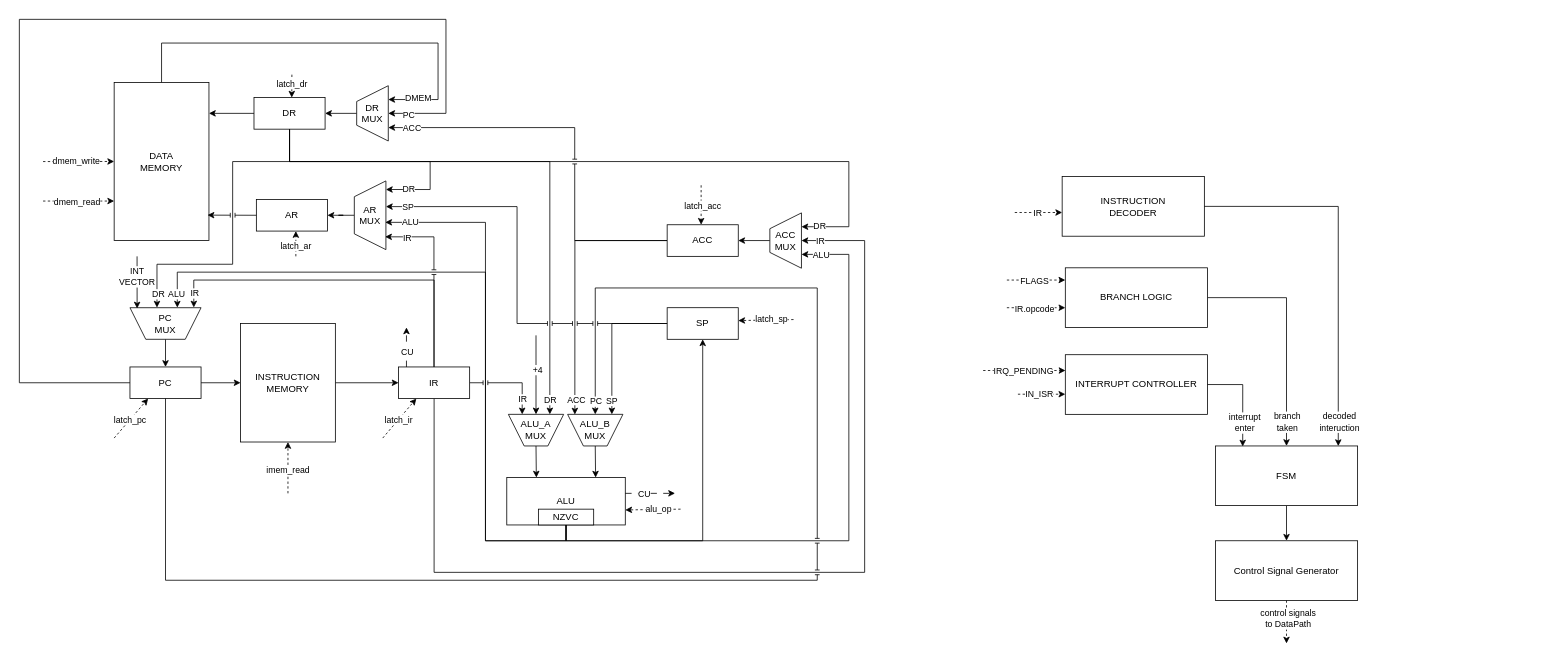
Before: page "Страница-5" (4 of 5) of DP.drawio in Tim4ik77/csa-lab4, a draw.io diagram. Source tidied: cells renumbered, new cells numbered last; positions are measured from the earlier drawing's top-left corner, leaving out a move shared by most shapes. Both pictures are drawn from the tidied source at 79%, with x=0, y=0 at pixel (19, 19).
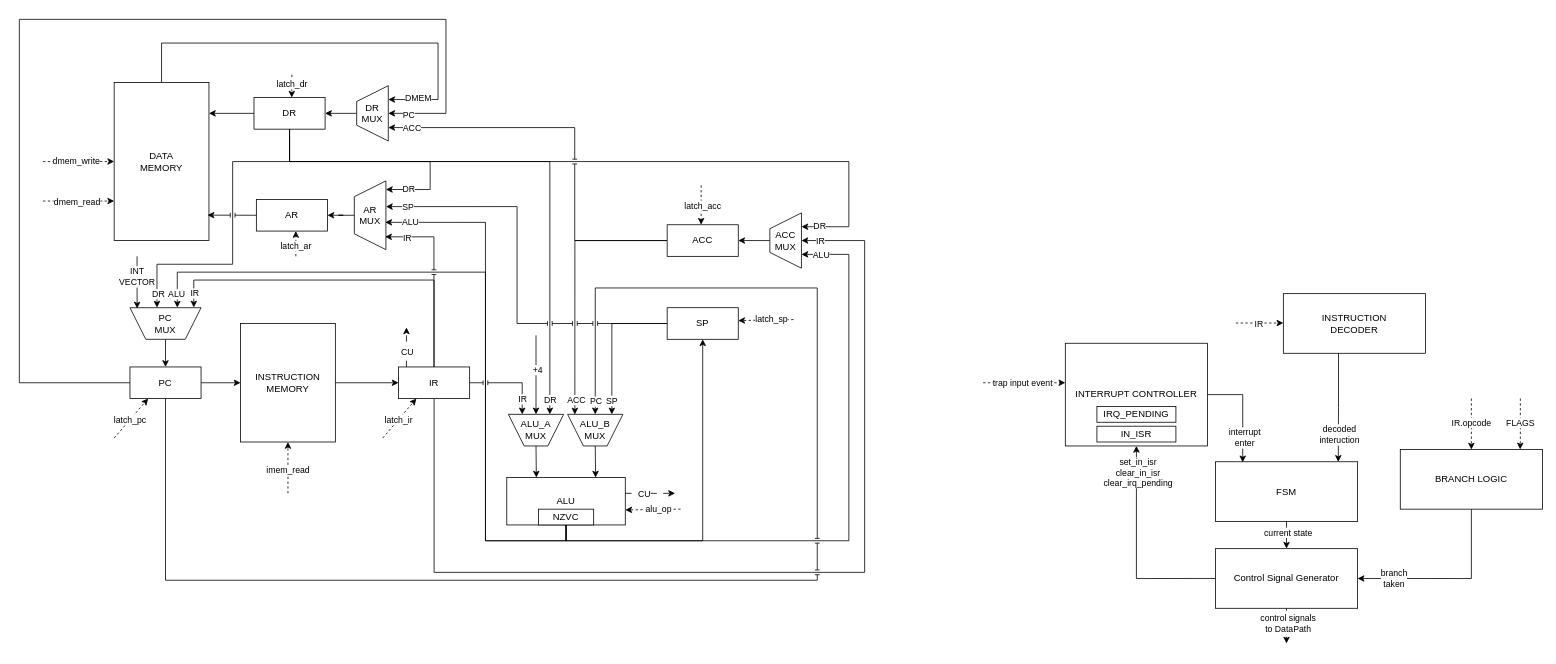
Above is the later version.

The change refers to these unchanged cells:
```xml
<mxCell id="106" style="edgeStyle=orthogonalEdgeStyle;rounded=0;jettySize=auto;html=1;exitX=0.5;exitY=1;exitDx=0;exitDy=0;entryX=0.5;entryY=0;entryDx=0;entryDy=0;" parent="1" edge="1" source="107" target="110">
  <mxGeometry relative="1" as="geometry" />
</mxCell>
```

What changed in the source:
```diff
@@
     <mxCell id="93" value="INSTRUCTION&lt;div&gt;DECODER&lt;/div&gt;" style="rounded=0;whiteSpace=wrap;html=1;" parent="1" vertex="1">
-      <mxGeometry x="1320" y="199" width="180" height="75.5" as="geometry" />
+      <mxGeometry x="1600" y="347.2" width="180" height="75.5" as="geometry" />
     </mxCell>
     <mxCell id="94" style="endArrow=classic;html=1;rounded=0;dashed=1;" parent="1" edge="1">
       <mxGeometry relative="1" as="geometry">
-        <mxPoint x="1260" y="244.5" as="sourcePoint" />
-        <mxPoint x="1320" y="244.5" as="targetPoint" />
+        <mxPoint x="1540" y="384.4" as="sourcePoint" />
+        <mxPoint x="1600" y="384.4" as="targetPoint" />
       </mxGeometry>
     </mxCell>
@@
-    <mxCell id="96" style="edgeStyle=orthogonalEdgeStyle;rounded=0;jettySize=auto;html=1;exitX=1;exitY=0.5;exitDx=0;exitDy=0;entryX=0.5;entryY=0;entryDx=0;entryDy=0;" parent="1" edge="1" source="98" target="107">
+    <mxCell id="96" style="edgeStyle=orthogonalEdgeStyle;rounded=0;jettySize=auto;html=1;exitX=0.5;exitY=1;exitDx=0;exitDy=0;entryX=1;entryY=0.5;entryDx=0;entryDy=0;" parent="1" edge="1" source="98" target="110">
       <mxGeometry relative="1" as="geometry" />
     </mxCell>
     <mxCell id="97" value="branch&lt;div&gt;taken&lt;/div&gt;" style="edgeLabel;html=1;align=center;verticalAlign=middle;" parent="96" vertex="1">
       <mxGeometry x="0.74" y="-1" relative="1" as="geometry">
-        <mxPoint x="1" y="7" as="offset" />
+        <mxPoint x="16" y="1" as="offset" />
       </mxGeometry>
     </mxCell>
     <mxCell id="98" value="BRANCH LOGIC" style="rounded=0;whiteSpace=wrap;html=1;" parent="1" vertex="1">
-      <mxGeometry x="1324" y="314.5" width="180" height="75.5" as="geometry" />
+      <mxGeometry x="1748" y="544.5" width="180" height="75.5" as="geometry" />
     </mxCell>
-    <mxCell id="99" style="endArrow=classic;html=1;rounded=0;dashed=1;" parent="1" edge="1">
+    <mxCell id="99" style="endArrow=classic;html=1;rounded=0;dashed=1;entryX=0.843;entryY=-0.002;entryDx=0;entryDy=0;entryPerimeter=0;" parent="1" edge="1" target="98">
       <mxGeometry relative="1" as="geometry">
-        <mxPoint x="1250" y="330" as="sourcePoint" />
-        <mxPoint x="1324" y="330" as="targetPoint" />
+        <mxPoint x="1900" y="480" as="sourcePoint" />
+        <Array as="points">
+          <mxPoint x="1900" y="530" />
+        </Array>
       </mxGeometry>
     </mxCell>
@@
     <mxCell id="101" value="INTERRUPT CONTROLLER" style="rounded=0;whiteSpace=wrap;html=1;" parent="1" vertex="1">
-      <mxGeometry x="1324" y="424.5" width="180" height="75.5" as="geometry" />
+      <mxGeometry x="1324" y="410" width="180" height="130" as="geometry" />
     </mxCell>
-    <mxCell id="102" style="endArrow=classic;html=1;rounded=0;dashed=1;" parent="1" edge="1">
-      <mxGeometry relative="1" as="geometry">
-        <mxPoint x="1220" y="444.5" as="sourcePoint" />
-        <mxPoint x="1324.2" y="444.5" as="targetPoint" />
-      </mxGeometry>
-    </mxCell>
-    <mxCell id="103" value="IRQ_PENDING" style="edgeLabel;html=1;align=center;verticalAlign=middle;" parent="102" vertex="1">
-      <mxGeometry x="-0.08" y="-1" relative="1" as="geometry">
-        <mxPoint x="2" y="-1" as="offset" />
-      </mxGeometry>
-    </mxCell>
     <mxCell id="104" style="endArrow=classic;html=1;rounded=0;dashed=1;" parent="1" edge="1">
       <mxGeometry relative="1" as="geometry">
-        <mxPoint x="1264" y="474.5" as="sourcePoint" />
-        <mxPoint x="1324" y="474.5" as="targetPoint" />
+        <mxPoint x="1220" y="460" as="sourcePoint" />
+        <mxPoint x="1324" y="460" as="targetPoint" />
       </mxGeometry>
     </mxCell>
-    <mxCell id="105" value="IN_ISR" style="edgeLabel;html=1;align=center;verticalAlign=middle;" parent="104" vertex="1">
+    <mxCell id="105" value="trap input event" style="edgeLabel;html=1;align=center;verticalAlign=middle;" parent="104" vertex="1">
       <mxGeometry x="-0.28" y="1" relative="1" as="geometry">
-        <mxPoint x="4" y="1" as="offset" />
+        <mxPoint x="12" y="1" as="offset" />
       </mxGeometry>
     </mxCell>
@@
+    <mxCell id="117" value="current state" style="edgeLabel;html=1;align=center;verticalAlign=middle;" parent="106" vertex="1">
+      <mxGeometry x="-0.17" y="1" relative="1" as="geometry" />
+    </mxCell>
     <mxCell id="107" value="FSM" style="rounded=0;whiteSpace=wrap;html=1;" parent="1" vertex="1">
-      <mxGeometry x="1514" y="540" width="180" height="75.5" as="geometry" />
+      <mxGeometry x="1514" y="560" width="180" height="75.5" as="geometry" />
     </mxCell>
@@
+    <mxCell id="118" style="edgeStyle=orthogonalEdgeStyle;rounded=0;jettySize=auto;html=1;exitX=0;exitY=0.5;exitDx=0;exitDy=0;entryX=0.5;entryY=1;entryDx=0;entryDy=0;" parent="1" edge="1" source="110" target="101">
+      <mxGeometry relative="1" as="geometry" />
+    </mxCell>
+    <mxCell id="119" value="&lt;div&gt;set_in_isr&lt;/div&gt;&lt;div&gt;clear_in_isr&lt;/div&gt;&lt;div&gt;clear_irq_pending&lt;/div&gt;" style="edgeLabel;html=1;align=center;verticalAlign=middle;" parent="118" vertex="1">
+      <mxGeometry x="0.75" y="-1" relative="1" as="geometry" />
+    </mxCell>
     <mxCell id="110" value="Control Signal Generator" style="rounded=0;whiteSpace=wrap;html=1;" parent="1" vertex="1">
-      <mxGeometry x="1514" y="660" width="180" height="75.5" as="geometry" />
+      <mxGeometry x="1514" y="670" width="180" height="75.5" as="geometry" />
     </mxCell>
@@
-    <mxCell id="113" style="edgeStyle=orthogonalEdgeStyle;rounded=0;jettySize=auto;html=1;exitX=1;exitY=0.5;exitDx=0;exitDy=0;entryX=0.864;entryY=0.002;entryDx=0;entryDy=0;entryPerimeter=0;" parent="1" edge="1" source="93" target="107">
+    <mxCell id="113" style="edgeStyle=orthogonalEdgeStyle;rounded=0;jettySize=auto;html=1;exitX=0.388;exitY=0.998;exitDx=0;exitDy=0;entryX=0.864;entryY=0.002;entryDx=0;entryDy=0;entryPerimeter=0;exitPerimeter=0;" parent="1" edge="1" source="93" target="107">
       <mxGeometry relative="1" as="geometry" />
     </mxCell>
     <mxCell id="114" value="decoded&lt;div&gt;interuction&lt;/div&gt;" style="edgeLabel;html=1;align=center;verticalAlign=middle;" parent="113" vertex="1">
       <mxGeometry x="0.85" y="1" relative="1" as="geometry">
-        <mxPoint y="5" as="offset" />
+        <mxPoint y="-25" as="offset" />
       </mxGeometry>
     </mxCell>
-    <mxCell id="115" style="endArrow=classic;html=1;rounded=0;dashed=1;" parent="1" edge="1">
+    <mxCell id="115" style="endArrow=classic;html=1;rounded=0;dashed=1;entryX=0.5;entryY=0;entryDx=0;entryDy=0;" parent="1" edge="1" target="98">
       <mxGeometry relative="1" as="geometry">
-        <mxPoint x="1250" y="365" as="sourcePoint" />
-        <mxPoint x="1324" y="365" as="targetPoint" />
+        <mxPoint x="1838" y="480" as="sourcePoint" />
       </mxGeometry>
     </mxCell>
@@
+    <mxCell id="103" value="IRQ_PENDING" style="rounded=0;whiteSpace=wrap;html=1;" parent="1" vertex="1">
+      <mxGeometry x="1364" y="490" width="100" height="20" as="geometry" />
+    </mxCell>
+    <mxCell id="120" value="IN_ISR" style="rounded=0;whiteSpace=wrap;html=1;" parent="1" vertex="1">
+      <mxGeometry x="1364" y="515" width="100" height="20" as="geometry" />
+    </mxCell>
```
